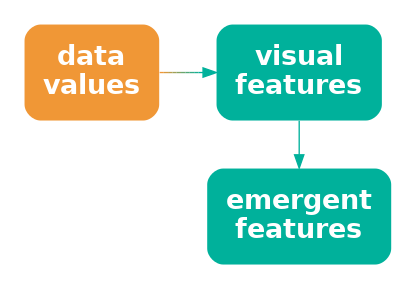
This is Diagrams/data-vis-vis.png from pmur002/hdvw, a Graphviz export, as it was before one commit. Its source is kept beside it as Diagrams/data-vis-vis.dot.
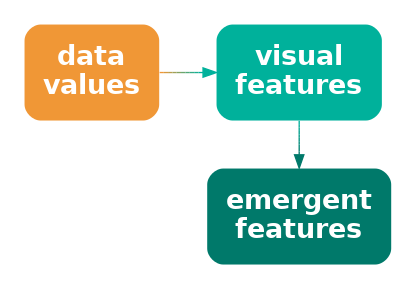
After the commit.

What changed in the source:
```diff
@@ -5,8 +5,8 @@
   vis [ label="visual\nfeatures"; shape=box;
      style="filled, rounded"; penwidth=0; fontcolor=white; fillcolor="#00B19B" ]
   add [ label="emergent\nfeatures"; shape=box;
-     style="filled, rounded"; penwidth=0; fontcolor=white; fillcolor="#00B19B" ]
+     style="filled, rounded"; penwidth=0; fontcolor=white; fillcolor="#00796A" ]
   data -> vis [ color="#F09736;0.1:#D59A41;0.1:#BB9D4C;0.1:#A0A058;0.1:#85A363;0.1:#6BA56E;0.1:#50A879;0.1:#35AB85;0.1:#1BAE90;0.1:#00B19B;0.1" ]
-  vis -> add [ color="#00B19B" ]
+  vis -> add [ color="#00B19B;0.1:#00AB96;0.1:#00A590;0.1:#009E8B;0.1:#009885;0.1:#009280;0.1:#008C7A;0.1:#008575;0.1:#007F6F;0.1:#00796A;0.1" ]
 { rank=same; vis, add }
 }
```
